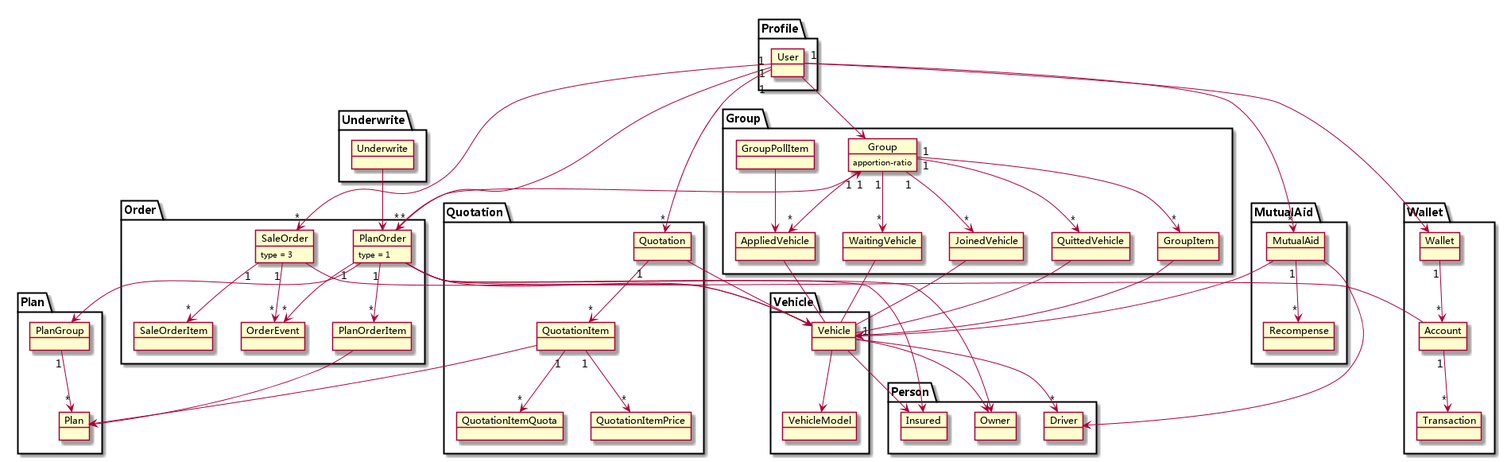
Earlier version of the PlantUML export img/models.png (titan/hive-mockserver).
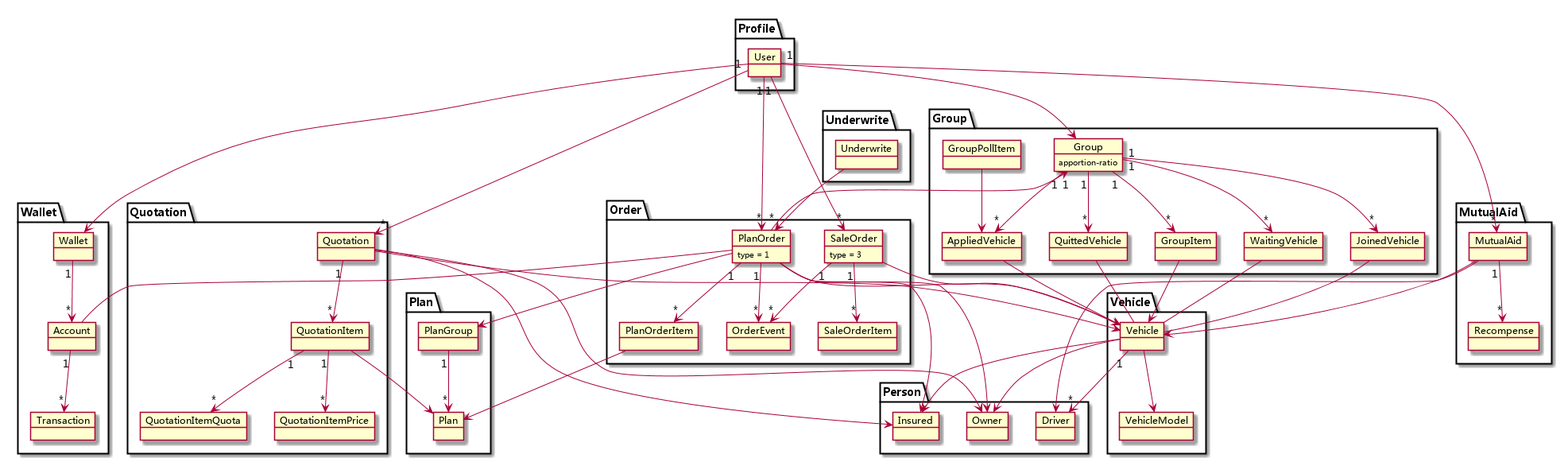
Later version of the same file.

What changed in the source:
```diff
@@ -113,6 +113,8 @@
 QuotationItem "1" --> "*" QuotationItemPrice
 
 Quotation -> Vehicle
+Quotation -> Owner
+Quotation -> Insured
 
 Underwrite -> PlanOrder
 
```
